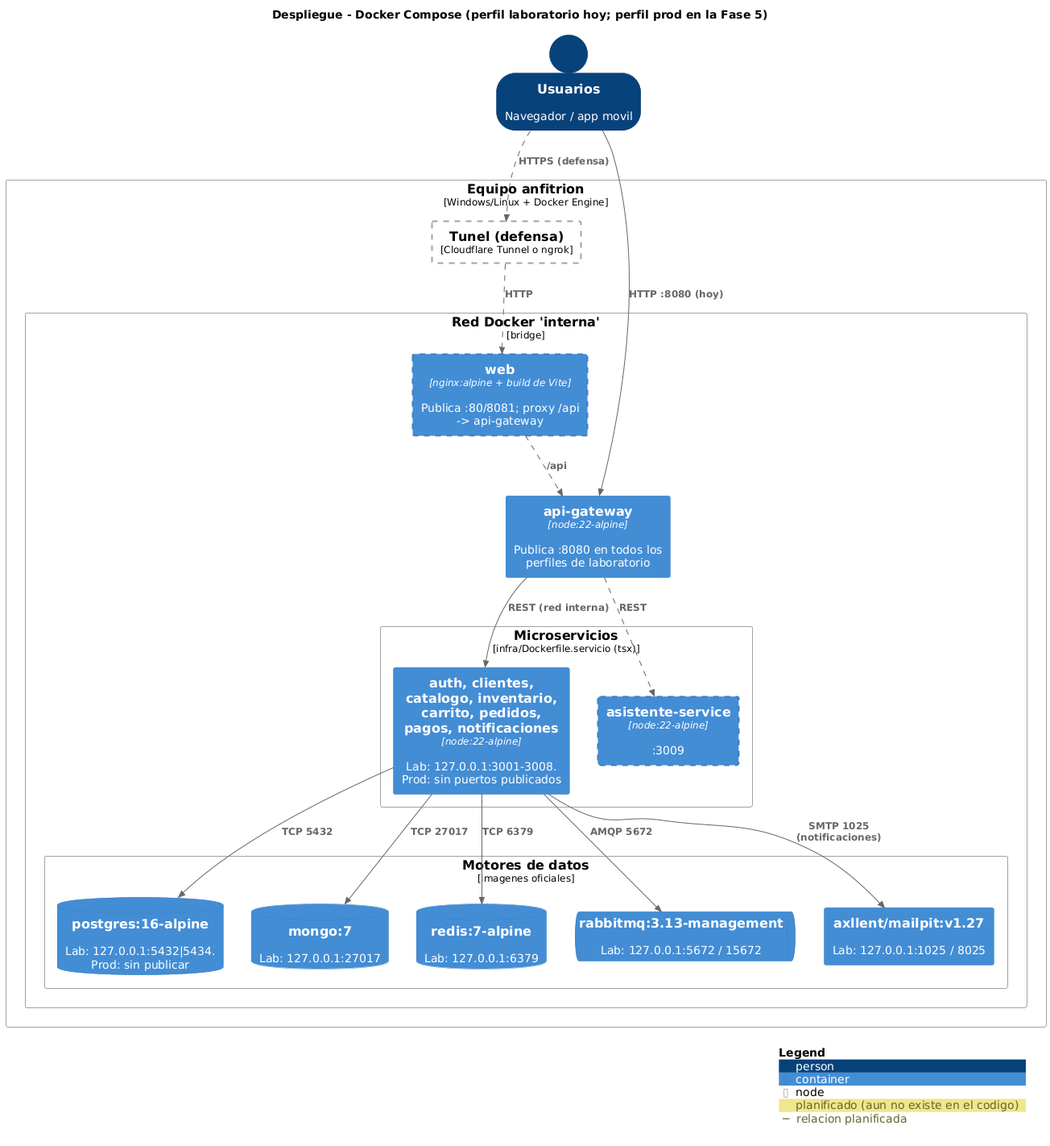
Before: docs/c4/png/05-despliegue.png, a diagram exported from PlantUML (SerBy48/Proyecto-EIS-II).
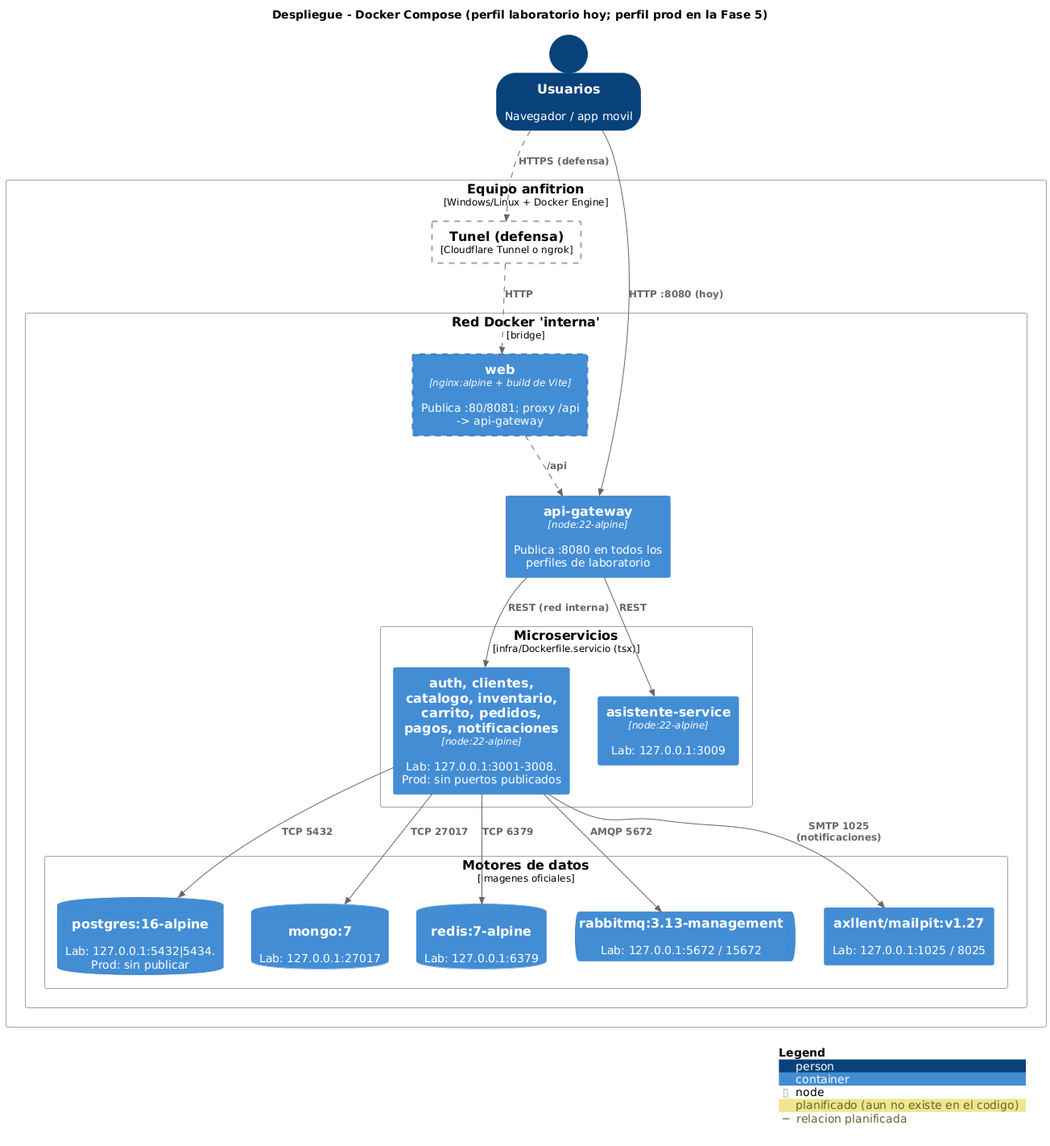
After the change.

The edit, as a diff of the source:
```diff
@@ -13,7 +13,7 @@
     Container(gw, "api-gateway", "node:22-alpine", "Publica :8080 en todos los perfiles de laboratorio")
     Deployment_Node(svcs, "Microservicios", "infra/Dockerfile.servicio (tsx)") {
       Container(ms, "auth, clientes, catalogo, inventario, carrito, pedidos, pagos, notificaciones", "node:22-alpine", "Lab: 127.0.0.1:3001-3008. Prod: sin puertos publicados")
-      Container(asis, "asistente-service", "node:22-alpine", ":3009", $tags="planificado")
+      Container(asis, "asistente-service", "node:22-alpine", "Lab: 127.0.0.1:3009")
     }
     Deployment_Node(datos, "Motores de datos", "imagenes oficiales") {
       ContainerDb(pg, "postgres:16-alpine", "", "Lab: 127.0.0.1:5432|5434. Prod: sin publicar")
@@ -30,7 +30,7 @@
 Rel(tunel, web, "HTTP", $tags="planificado")
 Rel(web, gw, "/api", $tags="planificado")
 Rel(gw, ms, "REST (red interna)")
-Rel(gw, asis, "REST", $tags="planificado")
+Rel(gw, asis, "REST")
 Rel(ms, pg, "TCP 5432")
 Rel(ms, mongo, "TCP 27017")
 Rel(ms, redis, "TCP 6379")
```
